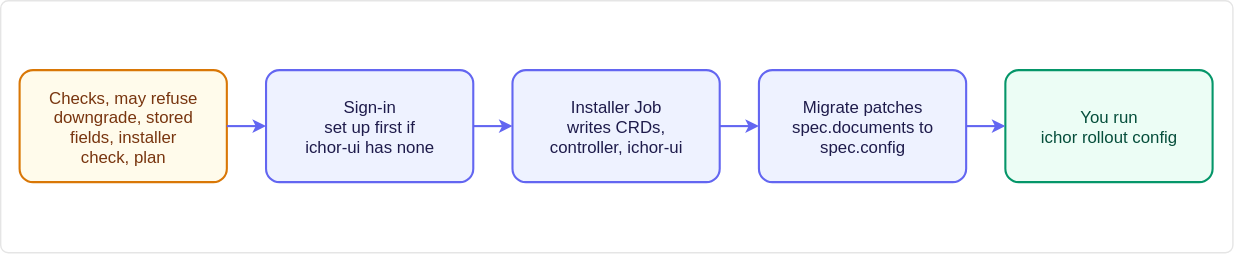
The draw.io diagram docs/images/ih-upgrade-ichor.light.drawio.svg in maeshinshin/ichor, before a commit. Source tidied: cells renumbered, new cells last; positions are measured from the earlier drawing's top-left corner, leaving out a move shared by most shapes.
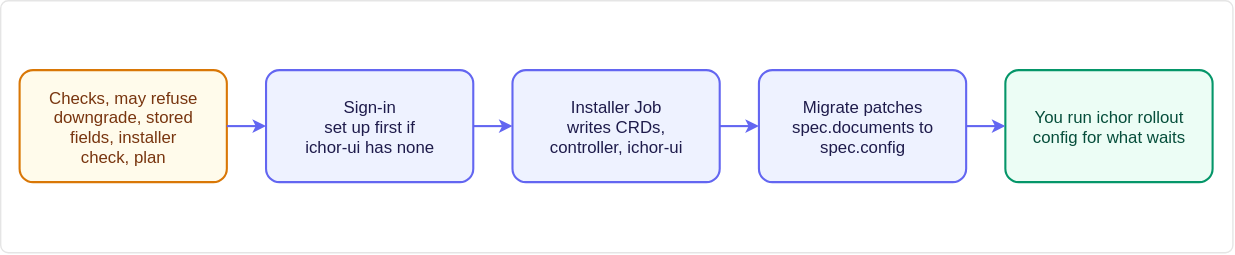
After the commit.

Change to the diagram source:
```diff
@@ -17,7 +17,7 @@
     <mxCell id="6" value="Migrate patches&#10;spec.documents to&#10;spec.config" style="rounded=1;arcSize=12;fillColor=light-dark(#EEF2FF,#232553);strokeColor=light-dark(#6366F1,#818CF8);strokeWidth=1.5;fontColor=light-dark(#1E1B4B,#E0E7FF);fontFamily=Helvetica;fontSize=12;align=center;verticalAlign=middle;html=0;" parent="1" vertex="1">
       <mxGeometry x="542" y="50" width="148" height="80" as="geometry" />
     </mxCell>
-    <mxCell id="7" value="You run&#10;ichor rollout config" style="rounded=1;arcSize=12;fillColor=light-dark(#ECFDF5,#0B2A1F);strokeColor=light-dark(#059669,#34D399);strokeWidth=1.5;fontColor=light-dark(#064E3B,#A7F3D0);fontFamily=Helvetica;fontSize=12;align=center;verticalAlign=middle;html=0;" parent="1" vertex="1">
+    <mxCell id="7" value="You run ichor rollout&#10;config for what waits" style="rounded=1;arcSize=12;fillColor=light-dark(#ECFDF5,#0B2A1F);strokeColor=light-dark(#059669,#34D399);strokeWidth=1.5;fontColor=light-dark(#064E3B,#A7F3D0);fontFamily=Helvetica;fontSize=12;align=center;verticalAlign=middle;html=0;" parent="1" vertex="1">
       <mxGeometry x="718" y="50" width="148" height="80" as="geometry" />
     </mxCell>
     <mxCell id="8" style="edgeStyle=orthogonalEdgeStyle;rounded=1;jettySize=auto;strokeColor=light-dark(#6366F1,#818CF8);strokeWidth=1.5;endArrow=classic;endFill=1;endSize=5;startArrow=none;startFill=1;startSize=5;exitX=1;exitY=0.5;exitDx=0;exitDy=0;entryX=0;entryY=0.5;entryDx=0;entryDy=0;html=0;" parent="1" edge="1" source="3" target="4">
```
